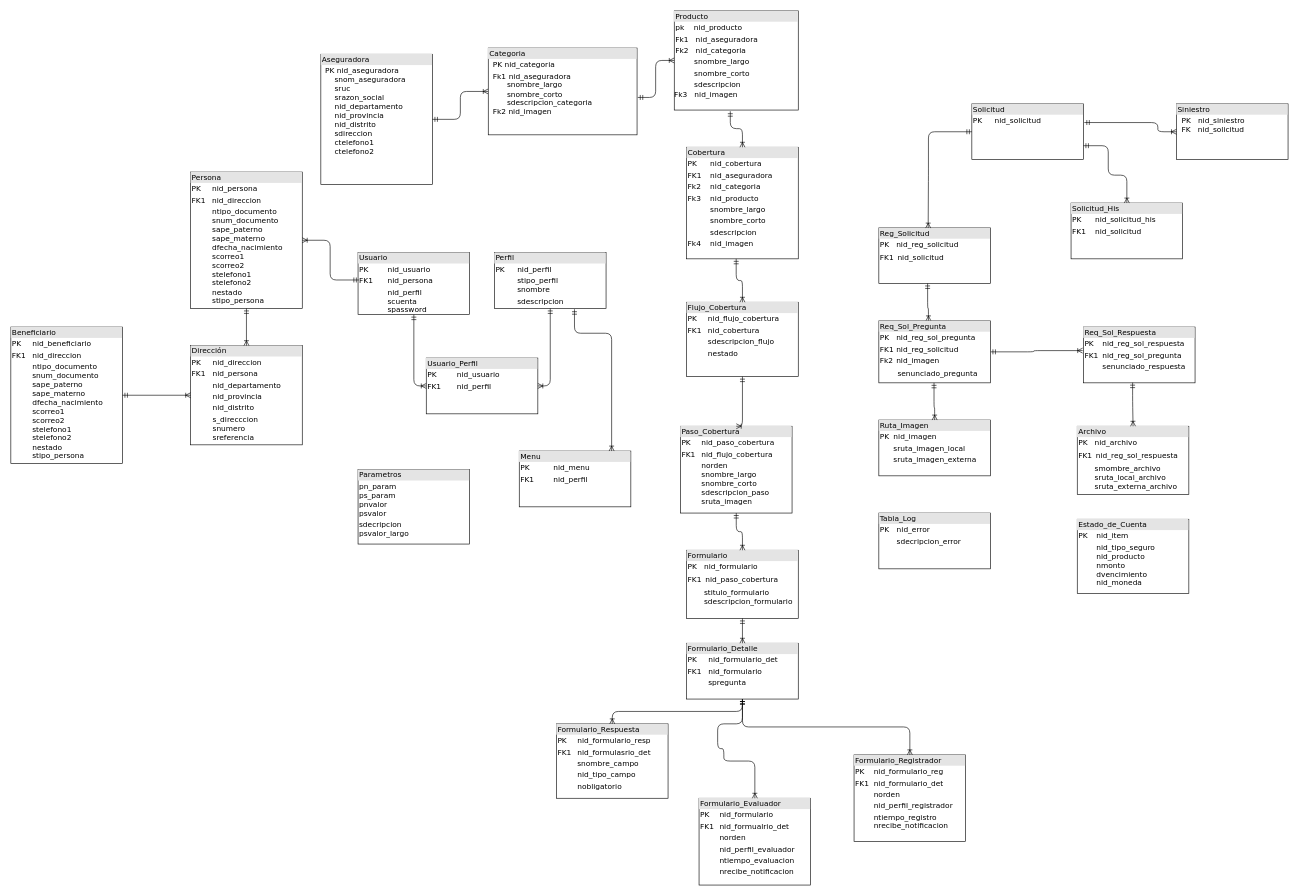
Earlier version of the draw.io diagram SINIESTROS/Diagrama sin título.drawio (alejandroarceefitec/EFICTEC). Source tidied: cells renumbered, new cells numbered last; positions are measured from the earlier drawing's top-left corner, leaving out a move shared by most shapes. Both pictures are drawn from the tidied source at 62%, with x=0, y=0 at pixel (11, 11).
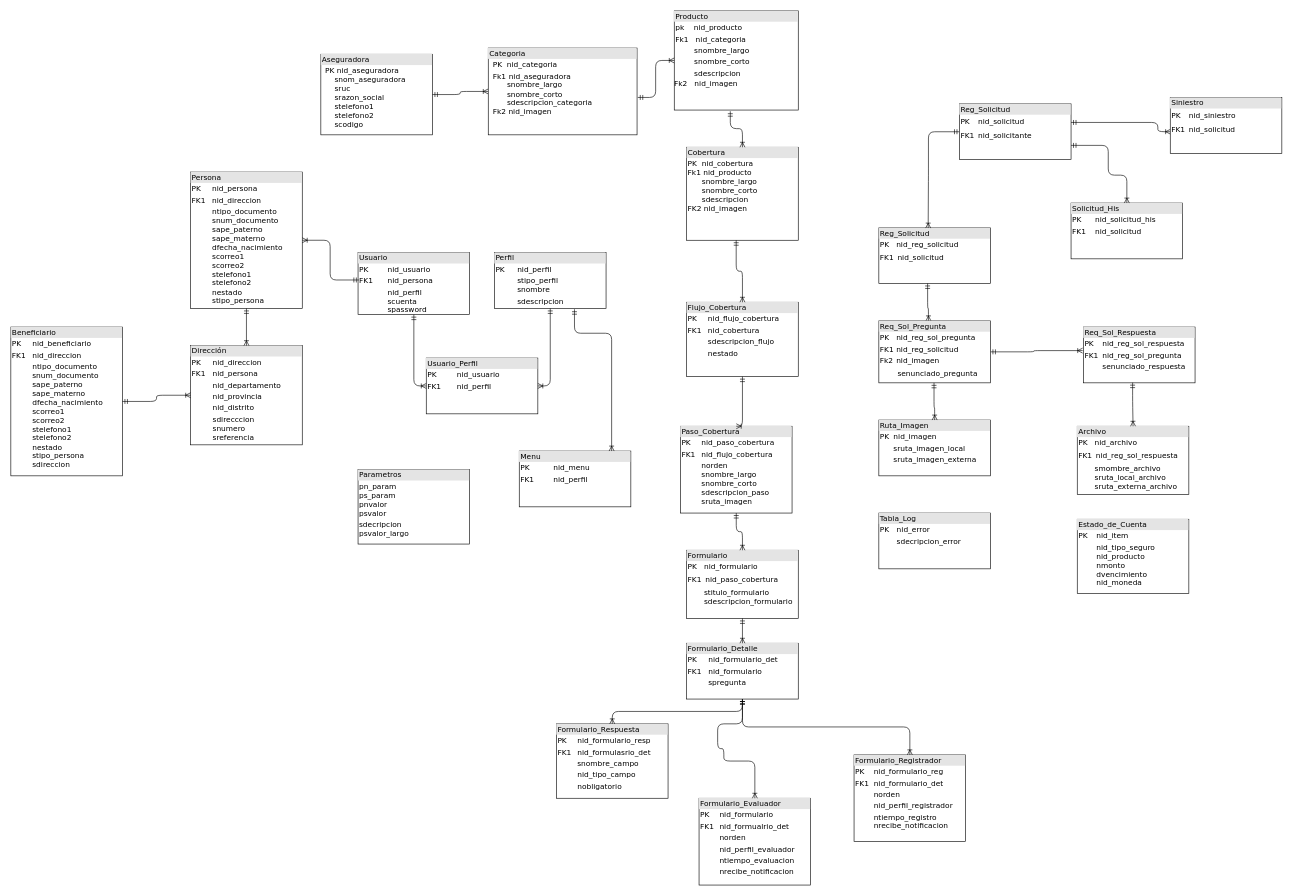
The same diagram, later.

The change refers to these unchanged cells:
```xml
<mxCell id="6" value="&lt;div style=&quot;box-sizing: border-box ; width: 100% ; background: #e4e4e4 ; padding: 2px&quot;&gt;Reg_Solicitud&lt;/div&gt;&lt;table style=&quot;width: 100% ; font-size: 1em&quot; cellpadding=&quot;2&quot; cellspacing=&quot;0&quot;&gt;&lt;tbody&gt;&lt;tr&gt;&lt;td&gt;PK&lt;/td&gt;&lt;td&gt;nid_reg_solicitud&lt;/td&gt;&lt;/tr&gt;&lt;tr&gt;&lt;td&gt;FK1&lt;br&gt;&lt;/td&gt;&lt;td&gt;&lt;table cellpadding=&quot;2&quot; cellspacing=&quot;0&quot; style=&quot;font-size: 1em ; width: 179.2px&quot;&gt;&lt;tbody&gt;&lt;tr&gt;&lt;td&gt;nid_solicitud&lt;/td&gt;&lt;/tr&gt;&lt;tr&gt;&lt;/tr&gt;&lt;/tbody&gt;&lt;/table&gt;&lt;/td&gt;&lt;/tr&gt;&lt;tr&gt;&lt;td&gt;&lt;/td&gt;&lt;td&gt;&lt;br&gt;&lt;br&gt;&lt;/td&gt;&lt;/tr&gt;&lt;/tbody&gt;&lt;/table&gt;" style="verticalAlign=top;align=left;overflow=fill;html=1;rounded=0;shadow=0;comic=0;labelBackgroundColor=none;strokeWidth=1;fontFamily=Verdana;fontSize=12;" parent="1" vertex="1">
  <mxGeometry x="1400" y="350" width="180" height="90" as="geometry" />
</mxCell>
<mxCell id="24" value="&lt;div style=&quot;box-sizing: border-box ; width: 100% ; background: #e4e4e4 ; padding: 2px&quot;&gt;Solicitud_His&lt;/div&gt;&lt;table style=&quot;width: 100% ; font-size: 1em&quot; cellpadding=&quot;2&quot; cellspacing=&quot;0&quot;&gt;&lt;tbody&gt;&lt;tr&gt;&lt;td&gt;PK&lt;/td&gt;&lt;td&gt;nid_solicitud_his&lt;/td&gt;&lt;/tr&gt;&lt;tr&gt;&lt;td&gt;FK1&lt;/td&gt;&lt;td&gt;nid_solicitud&lt;br&gt;&lt;/td&gt;&lt;/tr&gt;&lt;tr&gt;&lt;td&gt;&lt;/td&gt;&lt;td&gt;&lt;br&gt;&lt;/td&gt;&lt;/tr&gt;&lt;/tbody&gt;&lt;/table&gt;" style="verticalAlign=top;align=left;overflow=fill;html=1;rounded=0;shadow=0;comic=0;labelBackgroundColor=none;strokeWidth=1;fontFamily=Verdana;fontSize=12;" parent="1" vertex="1">
  <mxGeometry x="1710" y="310" width="180" height="90" as="geometry" />
</mxCell>
```

Diff of the diagram source:
```diff
@@
-    <mxCell id="2" value="&lt;div style=&quot;box-sizing: border-box ; width: 100% ; background: #e4e4e4 ; padding: 2px&quot;&gt;Aseguradora&lt;/div&gt;&lt;table style=&quot;width: 100% ; font-size: 1em&quot; cellpadding=&quot;2&quot; cellspacing=&quot;0&quot;&gt;&lt;tbody&gt;&lt;tr&gt;&lt;td&gt;&lt;br&gt;&lt;/td&gt;&lt;td&gt;PK nid_aseguradora&lt;br&gt;&amp;nbsp; &amp;nbsp; snom_aseguradora&lt;br&gt;&amp;nbsp; &amp;nbsp; sruc&lt;br&gt;&amp;nbsp; &amp;nbsp; srazon_social&lt;br&gt;&amp;nbsp; &amp;nbsp; nid_departamento&lt;br&gt;&amp;nbsp; &amp;nbsp; nid_provincia&lt;br&gt;&amp;nbsp; &amp;nbsp; nid_distrito&lt;br&gt;&amp;nbsp; &amp;nbsp; sdireccion&lt;br&gt;&amp;nbsp; &amp;nbsp; ctelefono1&lt;br&gt;&amp;nbsp; &amp;nbsp; ctelefono2&lt;/td&gt;&lt;/tr&gt;&lt;tr&gt;&lt;td&gt;&lt;br&gt;&lt;/td&gt;&lt;td&gt;&lt;br&gt;&lt;/td&gt;&lt;/tr&gt;&lt;tr&gt;&lt;td&gt;&lt;/td&gt;&lt;td&gt;&lt;br&gt;&lt;/td&gt;&lt;/tr&gt;&lt;/tbody&gt;&lt;/table&gt;" style="verticalAlign=top;align=left;overflow=fill;html=1;rounded=0;shadow=0;comic=0;labelBackgroundColor=none;strokeWidth=1;fontFamily=Verdana;fontSize=12;" parent="1" vertex="1">
-      <mxGeometry x="500" y="70" width="180" height="210" as="geometry" />
+    <mxCell id="2" value="&lt;div style=&quot;box-sizing: border-box ; width: 100% ; background: #e4e4e4 ; padding: 2px&quot;&gt;Aseguradora&lt;/div&gt;&lt;table style=&quot;width: 100% ; font-size: 1em&quot; cellpadding=&quot;2&quot; cellspacing=&quot;0&quot;&gt;&lt;tbody&gt;&lt;tr&gt;&lt;td&gt;&lt;br&gt;&lt;/td&gt;&lt;td&gt;PK nid_aseguradora&lt;br&gt;&amp;nbsp; &amp;nbsp; snom_aseguradora&lt;br&gt;&amp;nbsp; &amp;nbsp; sruc&lt;br&gt;&amp;nbsp; &amp;nbsp; srazon_social&lt;br&gt;&amp;nbsp; &amp;nbsp; stelefono1&lt;br&gt;&amp;nbsp; &amp;nbsp; stelefono2&lt;br&gt;&amp;nbsp; &amp;nbsp; scodigo&lt;br&gt;&lt;br&gt;&lt;/td&gt;&lt;/tr&gt;&lt;tr&gt;&lt;td&gt;&lt;br&gt;&lt;/td&gt;&lt;td&gt;&lt;br&gt;&lt;/td&gt;&lt;/tr&gt;&lt;tr&gt;&lt;td&gt;&lt;/td&gt;&lt;td&gt;&lt;br&gt;&lt;/td&gt;&lt;/tr&gt;&lt;/tbody&gt;&lt;/table&gt;" style="verticalAlign=top;align=left;overflow=fill;html=1;rounded=0;shadow=0;comic=0;labelBackgroundColor=none;strokeWidth=1;fontFamily=Verdana;fontSize=12;" parent="1" vertex="1">
+      <mxGeometry x="500" y="70" width="180" height="130" as="geometry" />
     </mxCell>
@@
-    <mxCell id="4" value="&lt;div style=&quot;box-sizing: border-box ; width: 100% ; background: #e4e4e4 ; padding: 2px&quot;&gt;Categoria&lt;/div&gt;&lt;table style=&quot;width: 100% ; font-size: 1em&quot; cellpadding=&quot;2&quot; cellspacing=&quot;0&quot;&gt;&lt;tbody&gt;&lt;tr&gt;&lt;td&gt;&lt;b&gt;&lt;br&gt;&lt;/b&gt;&lt;/td&gt;&lt;td&gt;PK nid_categoria&lt;br&gt;&lt;/td&gt;&lt;/tr&gt;&lt;tr&gt;&lt;td&gt;&lt;b&gt;&lt;br&gt;&lt;br&gt;&lt;br&gt;&lt;/b&gt;&lt;/td&gt;&lt;td&gt;Fk1&lt;b&gt; &lt;/b&gt;nid_aseguradora&lt;br&gt;&amp;nbsp; &amp;nbsp; &amp;nbsp; snombre_largo&lt;br&gt;&amp;nbsp; &amp;nbsp; &amp;nbsp; snombre_corto&lt;br&gt;&amp;nbsp; &amp;nbsp; &amp;nbsp; sdescripcion_categoria&lt;br&gt;Fk2 nid_imagen&lt;/td&gt;&lt;/tr&gt;&lt;/tbody&gt;&lt;/table&gt;" style="verticalAlign=top;align=left;overflow=fill;html=1;rounded=0;shadow=0;comic=0;labelBackgroundColor=none;strokeWidth=1;fontFamily=Verdana;fontSize=12;" parent="1" vertex="1">
+    <mxCell id="4" value="&lt;div style=&quot;box-sizing: border-box ; width: 100% ; background: #e4e4e4 ; padding: 2px&quot;&gt;Categoria&lt;/div&gt;&lt;table style=&quot;width: 100% ; font-size: 1em&quot; cellpadding=&quot;2&quot; cellspacing=&quot;0&quot;&gt;&lt;tbody&gt;&lt;tr&gt;&lt;td&gt;&lt;b&gt;&lt;br&gt;&lt;/b&gt;&lt;/td&gt;&lt;td&gt;PK&amp;nbsp; nid_categoria&lt;br&gt;&lt;/td&gt;&lt;/tr&gt;&lt;tr&gt;&lt;td&gt;&lt;b&gt;&lt;br&gt;&lt;br&gt;&lt;br&gt;&lt;/b&gt;&lt;/td&gt;&lt;td&gt;Fk1&lt;b&gt; &lt;/b&gt;nid_aseguradora&lt;br&gt;&amp;nbsp; &amp;nbsp; &amp;nbsp; snombre_largo&lt;br&gt;&amp;nbsp; &amp;nbsp; &amp;nbsp; snombre_corto&lt;br&gt;&amp;nbsp; &amp;nbsp; &amp;nbsp; sdescripcion_categoria&lt;br&gt;Fk2 nid_imagen&lt;/td&gt;&lt;/tr&gt;&lt;/tbody&gt;&lt;/table&gt;" style="verticalAlign=top;align=left;overflow=fill;html=1;rounded=0;shadow=0;comic=0;labelBackgroundColor=none;strokeWidth=1;fontFamily=Verdana;fontSize=12;" parent="1" vertex="1">
       <mxGeometry x="770" y="60" width="240" height="140" as="geometry" />
     </mxCell>
-    <mxCell id="5" value="&lt;div style=&quot;box-sizing: border-box ; width: 100% ; background: #e4e4e4 ; padding: 2px&quot;&gt;Producto&lt;/div&gt;&lt;div style=&quot;box-sizing: border-box ; width: 100% ; padding: 2px&quot;&gt;&lt;span style=&quot;background-color: rgb(255 , 255 , 255)&quot;&gt;pk&amp;nbsp; &amp;nbsp; nid_producto&lt;/span&gt;&lt;/div&gt;&lt;div style=&quot;box-sizing: border-box ; width: 100% ; padding: 2px&quot;&gt;Fk1&amp;nbsp; &amp;nbsp;nid_aseguradora&lt;/div&gt;&lt;div style=&quot;box-sizing: border-box ; width: 100% ; padding: 2px&quot;&gt;Fk2&amp;nbsp; &amp;nbsp;nid_categoria&lt;/div&gt;&lt;div style=&quot;box-sizing: border-box ; width: 100% ; padding: 2px&quot;&gt;&amp;nbsp; &amp;nbsp; &amp;nbsp; &amp;nbsp; snombre_largo&lt;/div&gt;&lt;div style=&quot;box-sizing: border-box ; width: 100% ; padding: 2px&quot;&gt;&amp;nbsp; &amp;nbsp; &amp;nbsp; &amp;nbsp; snombre_corto&lt;/div&gt;&lt;div style=&quot;box-sizing: border-box ; width: 100% ; padding: 2px&quot;&gt;&amp;nbsp; &amp;nbsp; &amp;nbsp; &amp;nbsp; sdescripcion&lt;/div&gt;Fk3&lt;span&gt;&amp;nbsp; &amp;nbsp;nid_imagen&lt;/span&gt;&lt;br&gt;&lt;div style=&quot;box-sizing: border-box ; width: 100% ; padding: 2px&quot;&gt;&lt;br&gt;&lt;/div&gt;" style="verticalAlign=top;align=left;overflow=fill;html=1;rounded=0;shadow=0;comic=0;labelBackgroundColor=none;strokeWidth=1;fontFamily=Verdana;fontSize=12;" parent="1" vertex="1">
+    <mxCell id="5" value="&lt;div style=&quot;box-sizing: border-box ; width: 100% ; background: #e4e4e4 ; padding: 2px&quot;&gt;Producto&lt;/div&gt;&lt;div style=&quot;box-sizing: border-box ; width: 100% ; padding: 2px&quot;&gt;&lt;span style=&quot;background-color: rgb(255 , 255 , 255)&quot;&gt;pk&amp;nbsp; &amp;nbsp; nid_producto&lt;/span&gt;&lt;/div&gt;&lt;div style=&quot;box-sizing: border-box ; width: 100% ; padding: 2px&quot;&gt;&lt;span&gt;Fk1&amp;nbsp; &amp;nbsp;nid_categoria&lt;/span&gt;&lt;br&gt;&lt;/div&gt;&lt;div style=&quot;box-sizing: border-box ; width: 100% ; padding: 2px&quot;&gt;&amp;nbsp; &amp;nbsp; &amp;nbsp; &amp;nbsp; snombre_largo&lt;/div&gt;&lt;div style=&quot;box-sizing: border-box ; width: 100% ; padding: 2px&quot;&gt;&amp;nbsp; &amp;nbsp; &amp;nbsp; &amp;nbsp; snombre_corto&lt;/div&gt;&lt;div style=&quot;box-sizing: border-box ; width: 100% ; padding: 2px&quot;&gt;&amp;nbsp; &amp;nbsp; &amp;nbsp; &amp;nbsp; sdescripcion&lt;/div&gt;Fk2&lt;span&gt;&amp;nbsp; &amp;nbsp;nid_imagen&lt;/span&gt;&lt;br&gt;&lt;div style=&quot;box-sizing: border-box ; width: 100% ; padding: 2px&quot;&gt;&lt;br&gt;&lt;/div&gt;" style="verticalAlign=top;align=left;overflow=fill;html=1;rounded=0;shadow=0;comic=0;labelBackgroundColor=none;strokeWidth=1;fontFamily=Verdana;fontSize=12;" parent="1" vertex="1">
       <mxGeometry x="1070" width="200" height="160" as="geometry" />
     </mxCell>
@@
-    <mxCell id="12" value="&lt;div style=&quot;box-sizing: border-box ; width: 100% ; background: #e4e4e4 ; padding: 2px&quot;&gt;Dirección&lt;/div&gt;&lt;table style=&quot;width: 100% ; font-size: 1em&quot; cellpadding=&quot;2&quot; cellspacing=&quot;0&quot;&gt;&lt;tbody&gt;&lt;tr&gt;&lt;td&gt;PK&lt;/td&gt;&lt;td&gt;nid_direccion&lt;/td&gt;&lt;/tr&gt;&lt;tr&gt;&lt;td&gt;FK1&lt;/td&gt;&lt;td&gt;nid_persona&lt;/td&gt;&lt;/tr&gt;&lt;tr&gt;&lt;td&gt;&lt;/td&gt;&lt;td&gt;nid_departamento&lt;/td&gt;&lt;/tr&gt;&lt;tr&gt;&lt;td&gt;&lt;br&gt;&lt;/td&gt;&lt;td&gt;nid_provincia&lt;/td&gt;&lt;/tr&gt;&lt;tr&gt;&lt;td&gt;&lt;br&gt;&lt;/td&gt;&lt;td&gt;nid_distrito&lt;/td&gt;&lt;/tr&gt;&lt;tr&gt;&lt;td&gt;&lt;br&gt;&lt;/td&gt;&lt;td&gt;s_direcccion&lt;br&gt;snumero&lt;br&gt;sreferencia&lt;/td&gt;&lt;/tr&gt;&lt;/tbody&gt;&lt;/table&gt;" style="verticalAlign=top;align=left;overflow=fill;html=1;rounded=0;shadow=0;comic=0;labelBackgroundColor=none;strokeWidth=1;fontFamily=Verdana;fontSize=12;" parent="1" vertex="1">
+    <mxCell id="12" value="&lt;div style=&quot;box-sizing: border-box ; width: 100% ; background: #e4e4e4 ; padding: 2px&quot;&gt;Dirección&lt;/div&gt;&lt;table style=&quot;width: 100% ; font-size: 1em&quot; cellpadding=&quot;2&quot; cellspacing=&quot;0&quot;&gt;&lt;tbody&gt;&lt;tr&gt;&lt;td&gt;PK&lt;/td&gt;&lt;td&gt;nid_direccion&lt;/td&gt;&lt;/tr&gt;&lt;tr&gt;&lt;td&gt;FK1&lt;/td&gt;&lt;td&gt;nid_persona&lt;/td&gt;&lt;/tr&gt;&lt;tr&gt;&lt;td&gt;&lt;/td&gt;&lt;td&gt;nid_departamento&lt;/td&gt;&lt;/tr&gt;&lt;tr&gt;&lt;td&gt;&lt;br&gt;&lt;/td&gt;&lt;td&gt;nid_provincia&lt;/td&gt;&lt;/tr&gt;&lt;tr&gt;&lt;td&gt;&lt;br&gt;&lt;/td&gt;&lt;td&gt;nid_distrito&lt;/td&gt;&lt;/tr&gt;&lt;tr&gt;&lt;td&gt;&lt;br&gt;&lt;/td&gt;&lt;td&gt;sdirecccion&lt;br&gt;snumero&lt;br&gt;sreferencia&lt;/td&gt;&lt;/tr&gt;&lt;/tbody&gt;&lt;/table&gt;" style="verticalAlign=top;align=left;overflow=fill;html=1;rounded=0;shadow=0;comic=0;labelBackgroundColor=none;strokeWidth=1;fontFamily=Verdana;fontSize=12;" parent="1" vertex="1">
       <mxGeometry x="290" y="540" width="180" height="160" as="geometry" />
     </mxCell>
@@
-    <mxCell id="18" value="&lt;div style=&quot;box-sizing: border-box ; width: 100% ; background: #e4e4e4 ; padding: 2px&quot;&gt;Cobertura&lt;/div&gt;&lt;table style=&quot;width: 100% ; font-size: 1em&quot; cellpadding=&quot;2&quot; cellspacing=&quot;0&quot;&gt;&lt;tbody&gt;&lt;tr&gt;&lt;td&gt;PK&lt;/td&gt;&lt;td&gt;nid_cobertura&lt;/td&gt;&lt;/tr&gt;&lt;tr&gt;&lt;td&gt;FK1&lt;/td&gt;&lt;td&gt;nid_aseguradora&lt;br&gt;&lt;/td&gt;&lt;/tr&gt;&lt;tr&gt;&lt;td&gt;Fk2&lt;/td&gt;&lt;td&gt;nid_categoria&lt;br&gt;&lt;/td&gt;&lt;/tr&gt;&lt;tr&gt;&lt;td&gt;Fk3&lt;/td&gt;&lt;td&gt;nid_producto&lt;/td&gt;&lt;/tr&gt;&lt;tr&gt;&lt;td&gt;&lt;br&gt;&lt;/td&gt;&lt;td&gt;snombre_largo&lt;/td&gt;&lt;/tr&gt;&lt;tr&gt;&lt;td&gt;&lt;br&gt;&lt;/td&gt;&lt;td&gt;snombre_corto&lt;/td&gt;&lt;/tr&gt;&lt;tr&gt;&lt;td&gt;&lt;br&gt;&lt;/td&gt;&lt;td&gt;sdescripcion&lt;/td&gt;&lt;/tr&gt;&lt;tr&gt;&lt;td&gt;Fk4&lt;br&gt;&lt;/td&gt;&lt;td&gt;nid_imagen&lt;br&gt;&lt;/td&gt;&lt;/tr&gt;&lt;/tbody&gt;&lt;/table&gt;" style="verticalAlign=top;align=left;overflow=fill;html=1;rounded=0;shadow=0;comic=0;labelBackgroundColor=none;strokeWidth=1;fontFamily=Verdana;fontSize=12;" parent="1" vertex="1">
-      <mxGeometry x="1090" y="220" width="180" height="180" as="geometry" />
+    <mxCell id="18" value="&lt;div style=&quot;box-sizing: border-box ; width: 100% ; background: #e4e4e4 ; padding: 2px&quot;&gt;Cobertura&lt;/div&gt;&lt;table style=&quot;width: 100% ; font-size: 1em&quot; cellpadding=&quot;2&quot; cellspacing=&quot;0&quot;&gt;&lt;tbody&gt;&lt;tr&gt;&lt;td&gt;PK&amp;nbsp; nid_cobertura&lt;br&gt;Fk1&lt;span&gt;&amp;nbsp;&lt;/span&gt;nid_producto&lt;br&gt;&amp;nbsp; &amp;nbsp; &amp;nbsp; snombre_largo&lt;br&gt;&amp;nbsp; &amp;nbsp; &amp;nbsp; snombre_corto&lt;br&gt;&amp;nbsp; &amp;nbsp; &amp;nbsp; sdescripcion&lt;br&gt;FK2 nid_imagen&lt;/td&gt;&lt;td&gt;&lt;/td&gt;&lt;/tr&gt;&lt;/tbody&gt;&lt;/table&gt;" style="verticalAlign=top;align=left;overflow=fill;html=1;rounded=0;shadow=0;comic=0;labelBackgroundColor=none;strokeWidth=1;fontFamily=Verdana;fontSize=12;" parent="1" vertex="1">
+      <mxGeometry x="1090" y="220" width="180" height="150" as="geometry" />
     </mxCell>
@@
-    <mxCell id="25" value="&lt;div style=&quot;box-sizing: border-box ; width: 100% ; background: #e4e4e4 ; padding: 2px&quot;&gt;Solicitud&lt;/div&gt;&lt;table style=&quot;width: 100% ; font-size: 1em&quot; cellpadding=&quot;2&quot; cellspacing=&quot;0&quot;&gt;&lt;tbody&gt;&lt;tr&gt;&lt;td&gt;PK&lt;/td&gt;&lt;td&gt;nid_solicitud&lt;/td&gt;&lt;/tr&gt;&lt;tr&gt;&lt;td&gt;&lt;br&gt;&lt;/td&gt;&lt;td&gt;&lt;br&gt;&lt;/td&gt;&lt;/tr&gt;&lt;tr&gt;&lt;td&gt;&lt;/td&gt;&lt;td&gt;&lt;br&gt;&lt;/td&gt;&lt;/tr&gt;&lt;/tbody&gt;&lt;/table&gt;" style="verticalAlign=top;align=left;overflow=fill;html=1;rounded=0;shadow=0;comic=0;labelBackgroundColor=none;strokeWidth=1;fontFamily=Verdana;fontSize=12;" parent="1" vertex="1">
-      <mxGeometry x="1550" y="150" width="180" height="90" as="geometry" />
-    </mxCell>
@@
-    <mxCell id="39" style="edgeStyle=orthogonalEdgeStyle;html=1;endArrow=ERoneToMany;startArrow=ERmandOne;labelBackgroundColor=none;fontFamily=Verdana;fontSize=12;align=left;exitX=0;exitY=0.5;exitDx=0;exitDy=0;entryX=0.442;entryY=0.004;entryDx=0;entryDy=0;entryPerimeter=0;" parent="1" edge="1" source="25" target="6">
+    <mxCell id="39" style="edgeStyle=orthogonalEdgeStyle;html=1;endArrow=ERoneToMany;startArrow=ERmandOne;labelBackgroundColor=none;fontFamily=Verdana;fontSize=12;align=left;entryX=0.442;entryY=0.004;entryDx=0;entryDy=0;entryPerimeter=0;exitX=0;exitY=0.5;exitDx=0;exitDy=0;" parent="1" edge="1" source="54" target="6">
       <mxGeometry relative="1" as="geometry">
         <Array as="points">
+          <mxPoint x="1480" y="195" />
           <mxPoint x="1480" y="265" />
-          <mxPoint x="1480" y="320" />
         </Array>
       </mxGeometry>
     </mxCell>
-    <mxCell id="40" style="edgeStyle=orthogonalEdgeStyle;html=1;endArrow=ERoneToMany;startArrow=ERmandOne;labelBackgroundColor=none;fontFamily=Verdana;fontSize=12;align=left;exitX=1;exitY=0.75;exitDx=0;exitDy=0;" parent="1" edge="1" source="25" target="24">
+    <mxCell id="40" style="edgeStyle=orthogonalEdgeStyle;html=1;endArrow=ERoneToMany;startArrow=ERmandOne;labelBackgroundColor=none;fontFamily=Verdana;fontSize=12;align=left;" parent="1" edge="1" source="54" target="24">
       <mxGeometry relative="1" as="geometry">
         <Array as="points">
           <mxPoint x="1770" y="217" />
           <mxPoint x="1770" y="265" />
           <mxPoint x="1800" y="265" />
         </Array>
       </mxGeometry>
     </mxCell>
@@
-    <mxCell id="49" value="&lt;div style=&quot;box-sizing: border-box ; width: 100% ; background: #e4e4e4 ; padding: 2px&quot;&gt;Beneficiario&lt;/div&gt;&lt;table style=&quot;width: 100% ; font-size: 1em&quot; cellpadding=&quot;2&quot; cellspacing=&quot;0&quot;&gt;&lt;tbody&gt;&lt;tr&gt;&lt;td&gt;PK&lt;/td&gt;&lt;td&gt;nid_beneficiario&lt;/td&gt;&lt;/tr&gt;&lt;tr&gt;&lt;td&gt;FK1&lt;br&gt;&lt;/td&gt;&lt;td&gt;nid_direccion&lt;br&gt;&lt;/td&gt;&lt;/tr&gt;&lt;tr&gt;&lt;td&gt;&lt;/td&gt;&lt;td&gt;ntipo_documento&lt;br&gt;snum_documento&lt;br&gt;sape_paterno&lt;br&gt;sape_materno&lt;br&gt;dfecha_nacimiento&lt;br&gt;scorreo1&lt;br&gt;scorreo2&lt;br&gt;stelefono1&lt;br&gt;stelefono2&lt;br&gt;nestado&lt;br&gt;stipo_persona&lt;br&gt;&lt;br&gt;&lt;br&gt;&lt;/td&gt;&lt;/tr&gt;&lt;/tbody&gt;&lt;/table&gt;" style="verticalAlign=top;align=left;overflow=fill;html=1;rounded=0;shadow=0;comic=0;labelBackgroundColor=none;strokeWidth=1;fontFamily=Verdana;fontSize=12;" parent="1" vertex="1">
-      <mxGeometry y="510" width="180" height="220" as="geometry" />
+    <mxCell id="49" value="&lt;div style=&quot;box-sizing: border-box ; width: 100% ; background: #e4e4e4 ; padding: 2px&quot;&gt;Beneficiario&lt;/div&gt;&lt;table style=&quot;width: 100% ; font-size: 1em&quot; cellpadding=&quot;2&quot; cellspacing=&quot;0&quot;&gt;&lt;tbody&gt;&lt;tr&gt;&lt;td&gt;PK&lt;/td&gt;&lt;td&gt;nid_beneficiario&lt;/td&gt;&lt;/tr&gt;&lt;tr&gt;&lt;td&gt;FK1&lt;br&gt;&lt;/td&gt;&lt;td&gt;nid_direccion&lt;br&gt;&lt;/td&gt;&lt;/tr&gt;&lt;tr&gt;&lt;td&gt;&lt;/td&gt;&lt;td&gt;ntipo_documento&lt;br&gt;snum_documento&lt;br&gt;sape_paterno&lt;br&gt;sape_materno&lt;br&gt;dfecha_nacimiento&lt;br&gt;scorreo1&lt;br&gt;scorreo2&lt;br&gt;stelefono1&lt;br&gt;stelefono2&lt;br&gt;nestado&lt;br&gt;stipo_persona&lt;br&gt;sdireccion&lt;br&gt;&lt;br&gt;&lt;br&gt;&lt;/td&gt;&lt;/tr&gt;&lt;/tbody&gt;&lt;/table&gt;" style="verticalAlign=top;align=left;overflow=fill;html=1;rounded=0;shadow=0;comic=0;labelBackgroundColor=none;strokeWidth=1;fontFamily=Verdana;fontSize=12;" parent="1" vertex="1">
+      <mxGeometry y="510" width="180" height="240" as="geometry" />
     </mxCell>
@@
-    <mxCell id="52" value="&lt;div style=&quot;box-sizing: border-box ; width: 100% ; background: #e4e4e4 ; padding: 2px&quot;&gt;Siniestro&lt;/div&gt;&lt;table style=&quot;width: 100% ; font-size: 1em&quot; cellpadding=&quot;2&quot; cellspacing=&quot;0&quot;&gt;&lt;tbody&gt;&lt;tr&gt;&lt;td&gt;&lt;br&gt;&lt;/td&gt;&lt;td&gt;PK&amp;nbsp; &amp;nbsp;nid_siniestro&lt;br&gt;FK&amp;nbsp; &amp;nbsp;nid_solicitud&lt;br&gt;&lt;br&gt;&lt;/td&gt;&lt;/tr&gt;&lt;tr&gt;&lt;td&gt;&lt;br&gt;&lt;/td&gt;&lt;td&gt;&lt;br&gt;&lt;/td&gt;&lt;/tr&gt;&lt;tr&gt;&lt;td&gt;&lt;/td&gt;&lt;td&gt;&lt;br&gt;&lt;/td&gt;&lt;/tr&gt;&lt;/tbody&gt;&lt;/table&gt;" style="verticalAlign=top;align=left;overflow=fill;html=1;rounded=0;shadow=0;comic=0;labelBackgroundColor=none;strokeWidth=1;fontFamily=Verdana;fontSize=12;" parent="1" vertex="1">
-      <mxGeometry x="1880" y="150" width="180" height="90" as="geometry" />
-    </mxCell>
-    <mxCell id="53" style="edgeStyle=orthogonalEdgeStyle;html=1;endArrow=ERoneToMany;startArrow=ERmandOne;labelBackgroundColor=none;fontFamily=Verdana;fontSize=12;align=left;exitX=1.008;exitY=0.335;exitDx=0;exitDy=0;entryX=0;entryY=0.5;entryDx=0;entryDy=0;exitPerimeter=0;" parent="1" edge="1" source="25" target="52">
+    <mxCell id="53" style="edgeStyle=orthogonalEdgeStyle;html=1;endArrow=ERoneToMany;startArrow=ERmandOne;labelBackgroundColor=none;fontFamily=Verdana;fontSize=12;align=left;entryX=0.003;entryY=0.61;entryDx=0;entryDy=0;entryPerimeter=0;" parent="1" edge="1" source="54" target="55">
       <mxGeometry relative="1" as="geometry">
         <Array as="points">
           <mxPoint x="1850" y="180" />
           <mxPoint x="1850" y="195" />
         </Array>
       </mxGeometry>
     </mxCell>
+    <mxCell id="54" value="&lt;div style=&quot;box-sizing: border-box ; width: 100% ; background: #e4e4e4 ; padding: 2px&quot;&gt;Reg_Solicitud&lt;/div&gt;&lt;table style=&quot;width: 100% ; font-size: 1em&quot; cellpadding=&quot;2&quot; cellspacing=&quot;0&quot;&gt;&lt;tbody&gt;&lt;tr&gt;&lt;td&gt;PK&lt;/td&gt;&lt;td&gt;&lt;table cellpadding=&quot;2&quot; cellspacing=&quot;0&quot; style=&quot;font-size: 1em ; width: 179.2px&quot;&gt;&lt;tbody&gt;&lt;tr&gt;&lt;td&gt;nid_solicitud&lt;/td&gt;&lt;/tr&gt;&lt;tr&gt;&lt;/tr&gt;&lt;/tbody&gt;&lt;/table&gt;&lt;/td&gt;&lt;/tr&gt;&lt;tr&gt;&lt;td&gt;FK1&lt;br&gt;&lt;/td&gt;&lt;td&gt;&lt;table cellpadding=&quot;2&quot; cellspacing=&quot;0&quot; style=&quot;font-size: 1em ; width: 179.2px&quot;&gt;&lt;tbody&gt;&lt;tr&gt;&lt;td&gt;nid_solicitante&lt;/td&gt;&lt;/tr&gt;&lt;tr&gt;&lt;/tr&gt;&lt;/tbody&gt;&lt;/table&gt;&lt;/td&gt;&lt;/tr&gt;&lt;tr&gt;&lt;td&gt;&lt;/td&gt;&lt;td&gt;&lt;br&gt;&lt;br&gt;&lt;/td&gt;&lt;/tr&gt;&lt;/tbody&gt;&lt;/table&gt;" style="verticalAlign=top;align=left;overflow=fill;html=1;rounded=0;shadow=0;comic=0;labelBackgroundColor=none;strokeWidth=1;fontFamily=Verdana;fontSize=12;" parent="1" vertex="1">
+      <mxGeometry x="1530" y="150" width="180" height="90" as="geometry" />
+    </mxCell>
+    <mxCell id="55" value="&lt;div style=&quot;box-sizing: border-box ; width: 100% ; background: #e4e4e4 ; padding: 2px&quot;&gt;Siniestro&lt;/div&gt;&lt;table style=&quot;width: 100% ; font-size: 1em&quot; cellpadding=&quot;2&quot; cellspacing=&quot;0&quot;&gt;&lt;tbody&gt;&lt;tr&gt;&lt;td&gt;PK&lt;/td&gt;&lt;td&gt;&lt;table cellpadding=&quot;2&quot; cellspacing=&quot;0&quot; style=&quot;font-size: 1em ; width: 179.2px&quot;&gt;&lt;tbody&gt;&lt;tr&gt;&lt;td&gt;nid_siniestro&lt;/td&gt;&lt;/tr&gt;&lt;/tbody&gt;&lt;/table&gt;&lt;/td&gt;&lt;/tr&gt;&lt;tr&gt;&lt;td&gt;FK1&lt;br&gt;&lt;/td&gt;&lt;td&gt;&lt;table cellpadding=&quot;2&quot; cellspacing=&quot;0&quot; style=&quot;font-size: 1em ; width: 179.2px&quot;&gt;&lt;tbody&gt;&lt;tr&gt;&lt;td&gt;nid_solicitud&lt;br&gt;&lt;/td&gt;&lt;/tr&gt;&lt;/tbody&gt;&lt;/table&gt;&lt;/td&gt;&lt;/tr&gt;&lt;tr&gt;&lt;td&gt;&lt;/td&gt;&lt;td&gt;&lt;br&gt;&lt;br&gt;&lt;/td&gt;&lt;/tr&gt;&lt;/tbody&gt;&lt;/table&gt;" style="verticalAlign=top;align=left;overflow=fill;html=1;rounded=0;shadow=0;comic=0;labelBackgroundColor=none;strokeWidth=1;fontFamily=Verdana;fontSize=12;" parent="1" vertex="1">
+      <mxGeometry x="1870" y="140" width="180" height="90" as="geometry" />
+    </mxCell>
```
